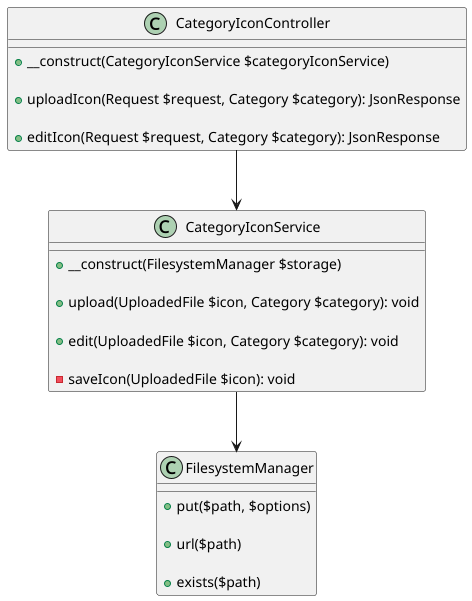
Before: docs/uml/modules/category/management_icon_feature/icon.png, a diagram exported from PlantUML (BackLoveEnd/Expelliarmus-Market).
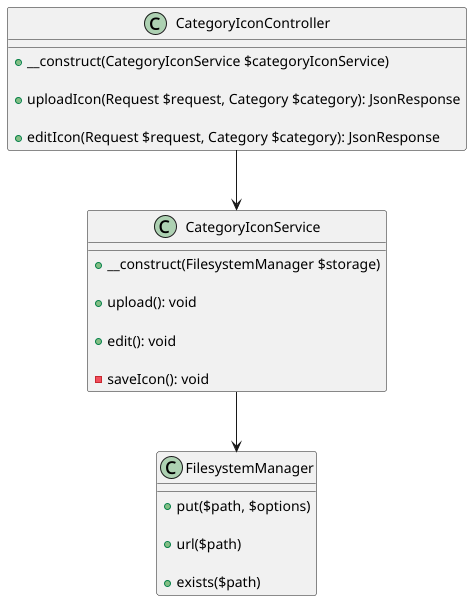
Above is the later version.

Change to the diagram source:
```diff
@@ -11,11 +11,11 @@
 class CategoryIconService {
     + __construct(FilesystemManager $storage)
 
-    + upload(UploadedFile $icon, Category $category): void
+    + upload(): void
 
-    + edit(UploadedFile $icon, Category $category): void
+    + edit(): void
 
-    - saveIcon(UploadedFile $icon): void
+    - saveIcon(): void
 }
 
 class FilesystemManager {
```
